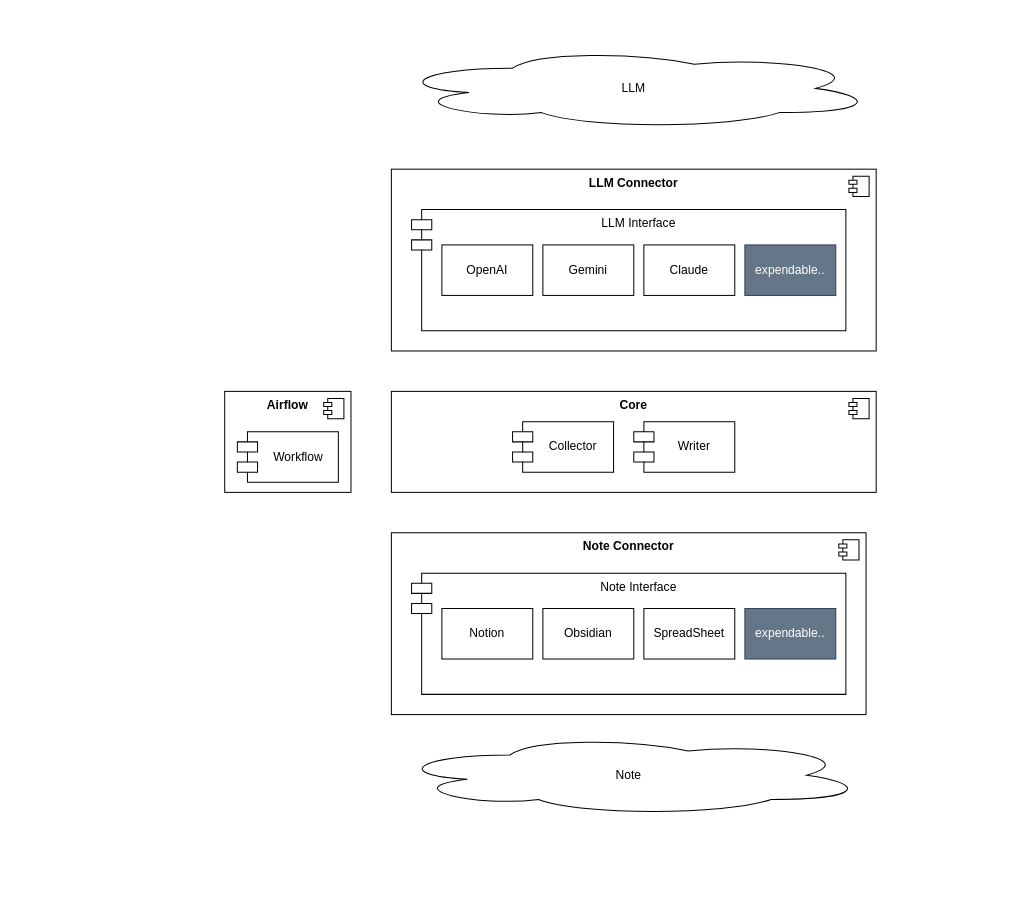
Before: page "Components and Modules" (3 of 3) of doc/design.drawio in whdrns2013/StudySync, a draw.io diagram. Source tidied: cells renumbered, new cells numbered last; positions are measured from the earlier drawing's top-left corner, leaving out a move shared by most shapes. Both pictures are drawn from the tidied source at 101%, with x=0, y=0 at pixel (224, 47).
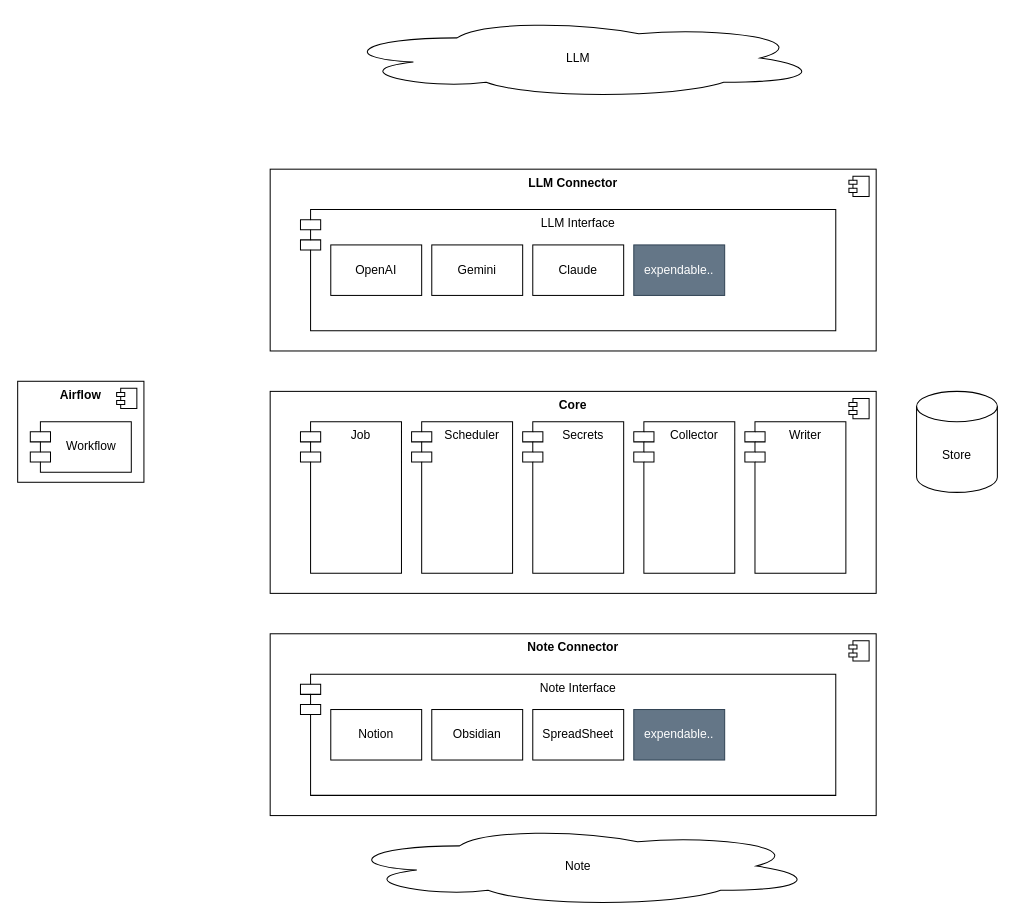
The same page after the edit.

Diff of the diagram source:
```diff
@@
     <mxCell id="2" value="LLM" style="ellipse;shape=cloud;whiteSpace=wrap;html=1;" parent="1" vertex="1">
-      <mxGeometry x="165" width="480" height="80" as="geometry" />
+      <mxGeometry x="110" y="-30" width="480" height="80" as="geometry" />
     </mxCell>
     <mxCell id="3" value="Note" style="ellipse;shape=cloud;whiteSpace=wrap;html=1;" parent="1" vertex="1">
-      <mxGeometry x="165" y="680" width="470" height="80" as="geometry" />
+      <mxGeometry x="115" y="770" width="470" height="80" as="geometry" />
     </mxCell>
     <mxCell id="4" value="&lt;b&gt;LLM Connector&lt;/b&gt;" style="html=1;whiteSpace=wrap;verticalAlign=top;" parent="1" vertex="1">
-      <mxGeometry x="165" y="120" width="480" height="180" as="geometry" />
+      <mxGeometry x="45" y="120" width="600" height="180" as="geometry" />
     </mxCell>
@@
     <mxCell id="6" value="&lt;b&gt;Core&lt;/b&gt;" style="html=1;whiteSpace=wrap;verticalAlign=top;" parent="1" vertex="1">
-      <mxGeometry x="165" y="340" width="480" height="100" as="geometry" />
+      <mxGeometry x="45" y="340" width="600" height="200" as="geometry" />
     </mxCell>
@@
     <mxCell id="8" value="&lt;b&gt;Note Connector&lt;/b&gt;" style="html=1;whiteSpace=wrap;verticalAlign=top;" parent="1" vertex="1">
-      <mxGeometry x="165" y="480" width="470" height="180" as="geometry" />
+      <mxGeometry x="45" y="580" width="600" height="180" as="geometry" />
     </mxCell>
@@
     <mxCell id="10" value="LLM Interface" style="shape=module;align=left;spacingLeft=20;align=center;verticalAlign=top;whiteSpace=wrap;html=1;" parent="1" vertex="1">
-      <mxGeometry x="185" y="160" width="430" height="120" as="geometry" />
+      <mxGeometry x="75" y="160" width="530" height="120" as="geometry" />
     </mxCell>
-    <mxCell id="11" value="Collector" style="shape=module;align=left;spacingLeft=20;align=center;verticalAlign=middle;whiteSpace=wrap;html=1;" parent="1" vertex="1">
-      <mxGeometry x="285" y="370" width="100" height="50" as="geometry" />
+    <mxCell id="11" value="Collector" style="shape=module;align=left;spacingLeft=20;align=center;verticalAlign=top;whiteSpace=wrap;html=1;" parent="1" vertex="1">
+      <mxGeometry x="405" y="370" width="100" height="150" as="geometry" />
     </mxCell>
-    <mxCell id="12" value="Writer" style="shape=module;align=left;spacingLeft=20;align=center;verticalAlign=middle;whiteSpace=wrap;html=1;" parent="1" vertex="1">
-      <mxGeometry x="405" y="370" width="100" height="50" as="geometry" />
+    <mxCell id="12" value="Writer" style="shape=module;align=left;spacingLeft=20;align=center;verticalAlign=top;whiteSpace=wrap;html=1;" parent="1" vertex="1">
+      <mxGeometry x="515" y="370" width="100" height="150" as="geometry" />
     </mxCell>
     <mxCell id="13" value="&lt;b&gt;Airflow&lt;/b&gt;" style="html=1;whiteSpace=wrap;verticalAlign=top;" parent="1" vertex="1">
-      <mxGeometry y="340" width="125" height="100" as="geometry" />
+      <mxGeometry x="-205" y="330" width="125" height="100" as="geometry" />
     </mxCell>
@@
     <mxCell id="15" value="Workflow" style="shape=module;align=left;spacingLeft=20;align=center;verticalAlign=middle;whiteSpace=wrap;html=1;" parent="1" vertex="1">
-      <mxGeometry x="12.5" y="380" width="100" height="50" as="geometry" />
+      <mxGeometry x="-192.5" y="370" width="100" height="50" as="geometry" />
     </mxCell>
     <mxCell id="16" value="OpenAI" style="rounded=0;whiteSpace=wrap;html=1;strokeColor=default;align=center;verticalAlign=middle;fontFamily=Helvetica;fontSize=12;fontColor=default;fillColor=default;" parent="1" vertex="1">
-      <mxGeometry x="215" y="195" width="90" height="50" as="geometry" />
+      <mxGeometry x="105" y="195" width="90" height="50" as="geometry" />
     </mxCell>
     <mxCell id="17" value="Gemini" style="rounded=0;whiteSpace=wrap;html=1;strokeColor=default;align=center;verticalAlign=middle;fontFamily=Helvetica;fontSize=12;fontColor=default;fillColor=default;" parent="1" vertex="1">
-      <mxGeometry x="315" y="195" width="90" height="50" as="geometry" />
+      <mxGeometry x="205" y="195" width="90" height="50" as="geometry" />
     </mxCell>
     <mxCell id="18" value="Claude" style="rounded=0;whiteSpace=wrap;html=1;strokeColor=default;align=center;verticalAlign=middle;fontFamily=Helvetica;fontSize=12;fontColor=default;fillColor=default;" parent="1" vertex="1">
-      <mxGeometry x="415" y="195" width="90" height="50" as="geometry" />
+      <mxGeometry x="305" y="195" width="90" height="50" as="geometry" />
     </mxCell>
     <mxCell id="19" value="expendable.." style="rounded=0;whiteSpace=wrap;html=1;strokeColor=#314354;align=center;verticalAlign=middle;fontFamily=Helvetica;fontSize=12;fontColor=#ffffff;fillColor=#647687;" parent="1" vertex="1">
-      <mxGeometry x="515" y="195" width="90" height="50" as="geometry" />
+      <mxGeometry x="405" y="195" width="90" height="50" as="geometry" />
     </mxCell>
     <mxCell id="20" value="Note Interface" style="shape=module;align=left;spacingLeft=20;align=center;verticalAlign=top;whiteSpace=wrap;html=1;" parent="1" vertex="1">
-      <mxGeometry x="185" y="520" width="430" height="120" as="geometry" />
+      <mxGeometry x="75" y="620" width="530" height="120" as="geometry" />
     </mxCell>
     <mxCell id="21" value="Notion" style="rounded=0;whiteSpace=wrap;html=1;strokeColor=default;align=center;verticalAlign=middle;fontFamily=Helvetica;fontSize=12;fontColor=default;fillColor=default;" parent="1" vertex="1">
-      <mxGeometry x="215" y="555" width="90" height="50" as="geometry" />
+      <mxGeometry x="105" y="655" width="90" height="50" as="geometry" />
     </mxCell>
     <mxCell id="22" value="Obsidian" style="rounded=0;whiteSpace=wrap;html=1;strokeColor=default;align=center;verticalAlign=middle;fontFamily=Helvetica;fontSize=12;fontColor=default;fillColor=default;" parent="1" vertex="1">
-      <mxGeometry x="315" y="555" width="90" height="50" as="geometry" />
+      <mxGeometry x="205" y="655" width="90" height="50" as="geometry" />
     </mxCell>
     <mxCell id="23" value="SpreadSheet" style="rounded=0;whiteSpace=wrap;html=1;strokeColor=default;align=center;verticalAlign=middle;fontFamily=Helvetica;fontSize=12;fontColor=default;fillColor=default;" parent="1" vertex="1">
-      <mxGeometry x="415" y="555" width="90" height="50" as="geometry" />
+      <mxGeometry x="305" y="655" width="90" height="50" as="geometry" />
     </mxCell>
     <mxCell id="24" value="expendable.." style="rounded=0;whiteSpace=wrap;html=1;strokeColor=#314354;align=center;verticalAlign=middle;fontFamily=Helvetica;fontSize=12;fontColor=#ffffff;fillColor=#647687;" parent="1" vertex="1">
-      <mxGeometry x="515" y="555" width="90" height="50" as="geometry" />
+      <mxGeometry x="405" y="655" width="90" height="50" as="geometry" />
     </mxCell>
+    <mxCell id="25" value="Store" style="shape=cylinder3;whiteSpace=wrap;html=1;boundedLbl=1;backgroundOutline=1;size=15;" parent="1" vertex="1">
+      <mxGeometry x="685" y="340" width="80" height="100" as="geometry" />
+    </mxCell>
+    <mxCell id="26" value="Job" style="shape=module;align=left;spacingLeft=20;align=center;verticalAlign=top;whiteSpace=wrap;html=1;" parent="1" vertex="1">
+      <mxGeometry x="75" y="370" width="100" height="150" as="geometry" />
+    </mxCell>
+    <mxCell id="27" value="Secrets" style="shape=module;align=left;spacingLeft=20;align=center;verticalAlign=top;whiteSpace=wrap;html=1;" parent="1" vertex="1">
+      <mxGeometry x="295" y="370" width="100" height="150" as="geometry" />
+    </mxCell>
+    <mxCell id="28" value="Scheduler" style="shape=module;align=left;spacingLeft=20;align=center;verticalAlign=top;whiteSpace=wrap;html=1;" parent="1" vertex="1">
+      <mxGeometry x="185" y="370" width="100" height="150" as="geometry" />
+    </mxCell>
```
